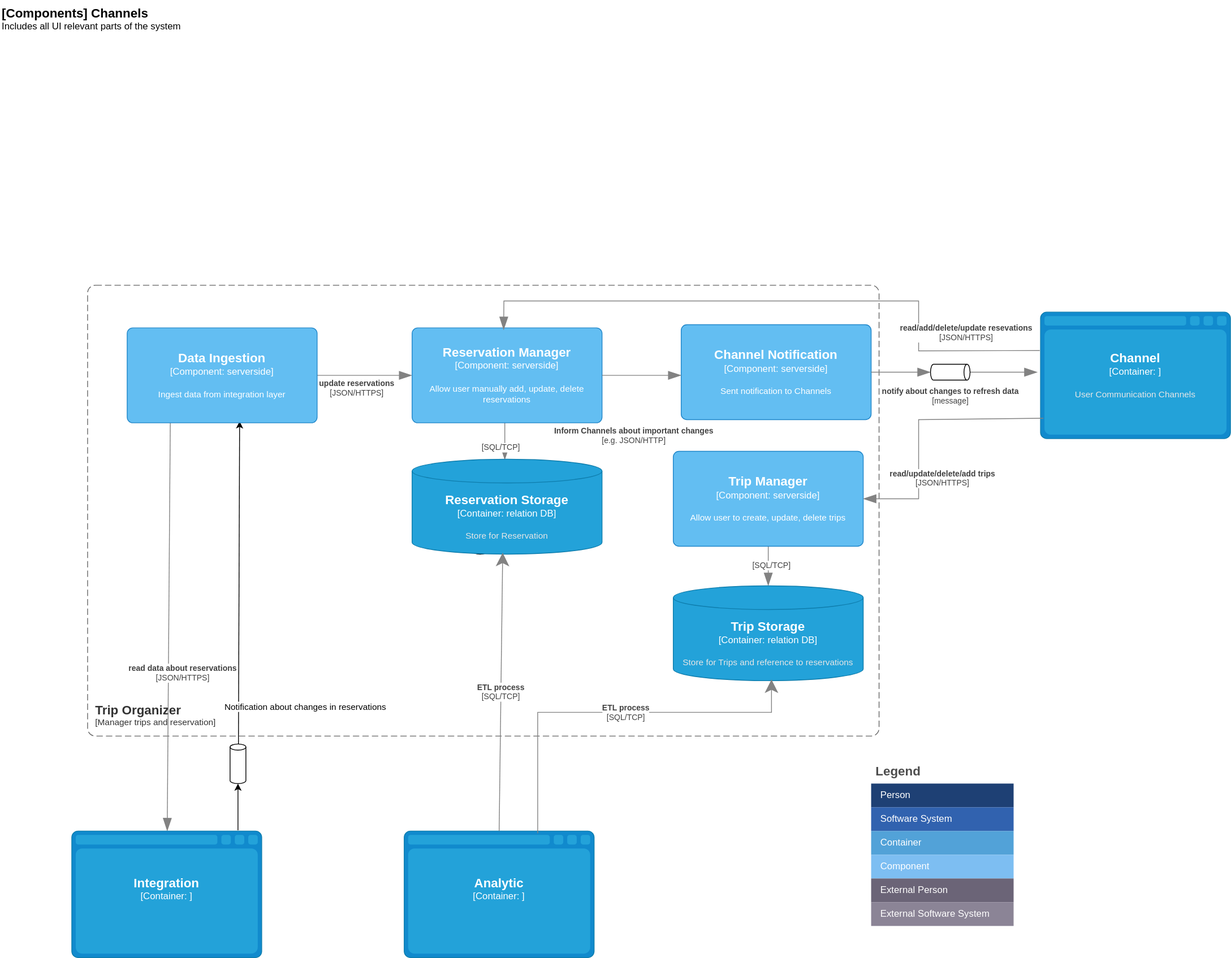
The draw.io diagram diagrams/Component-TripOrganizer.drawio.svg in wschaef/architecture-kata-2023, before a commit. Source tidied: cells renumbered, new cells last; positions are measured from the earlier drawing's top-left corner, leaving out a move shared by most shapes.
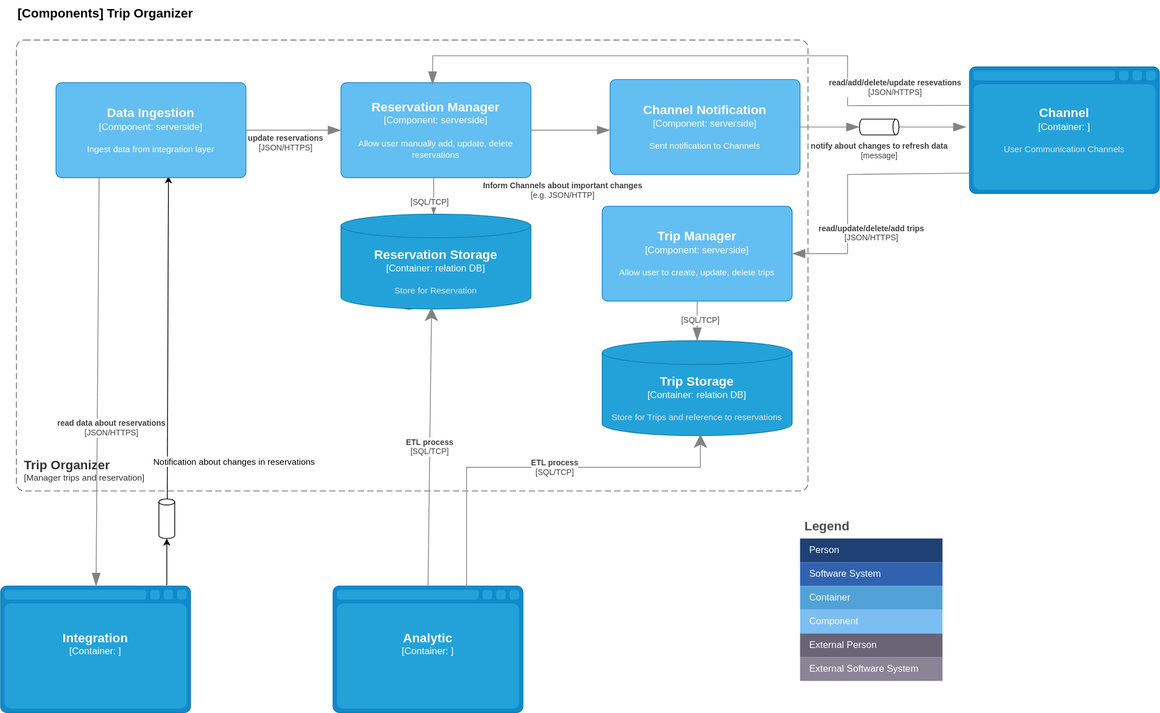
The same file after the commit.

Change to the diagram source:
```diff
@@ -50,9 +50,9 @@
         <mxGeometry x="0.33" y="-5" relative="1" as="geometry" />
       </mxCell>
     </object>
-    <object id="11" label="&lt;font style=&quot;font-size: 16px&quot;&gt;&lt;b&gt;&lt;div style=&quot;text-align: left&quot;&gt;%c4Name%&lt;/div&gt;&lt;/b&gt;&lt;/font&gt;&lt;div style=&quot;text-align: left&quot;&gt;%c4Description%&lt;/div&gt;" c4Description="Includes all UI relevant parts of the system" c4Name="[Components] Channels" c4Type="ContainerDiagramTitle" placeholders="1">
+    <object id="11" label="&lt;font style=&quot;font-size: 16px&quot;&gt;&lt;b&gt;&lt;div style=&quot;text-align: left&quot;&gt;%c4Name%&lt;/div&gt;&lt;/b&gt;&lt;/font&gt;&lt;div style=&quot;text-align: left&quot;&gt;%c4Description%&lt;/div&gt;" c4Description="" c4Name="[Components] Trip Organizer" c4Type="ContainerDiagramTitle" placeholders="1">
       <mxCell style="text;html=1;strokeColor=none;fillColor=none;align=left;verticalAlign=top;whiteSpace=wrap;rounded=0;" parent="1" vertex="1">
-        <mxGeometry width="680" height="40" as="geometry" />
+        <mxGeometry x="110" y="310" width="680" height="40" as="geometry" />
       </mxCell>
     </object>
     <mxCell id="12" value="Legend" style="shape=table;startSize=30;fontSize=16;align=left;verticalAlign=top;fillColor=none;strokeColor=none;fontColor=#4D4D4D;fontStyle=1;spacingLeft=6;spacing=0;" parent="1" vertex="1">
```
